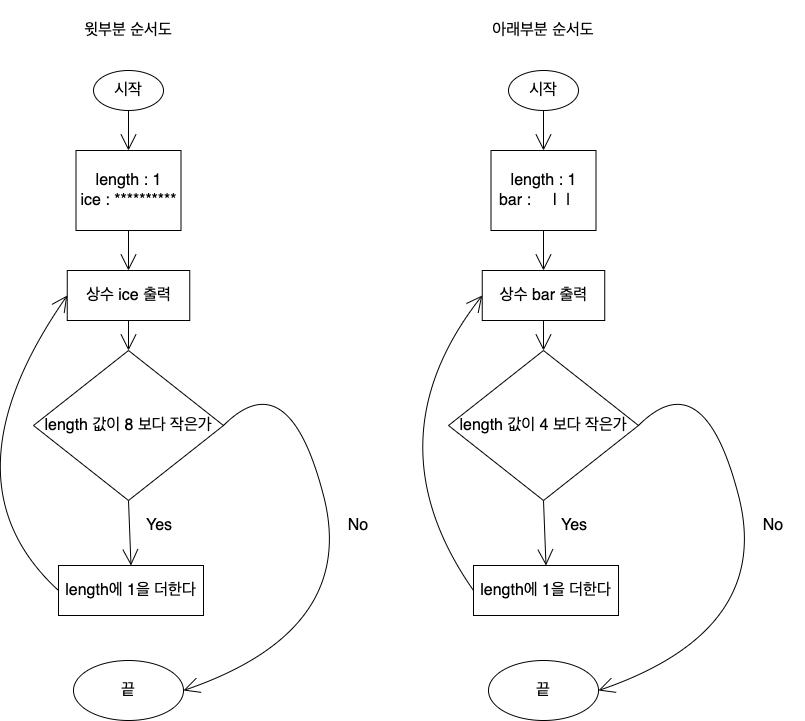
The draw.io diagram CodeStarterCamp_Week1/Step2_순서도.png in yagom-academy/swift-starter-Round1, before a commit. Source tidied: cells renumbered, new cells last; positions are measured from the earlier drawing's top-left corner, leaving out a move shared by most shapes. Its diagram source:
```xml
<mxGraphModel>
  <root>
    <mxCell id="0" />
    <mxCell id="1" parent="0" />
    <mxCell id="2" style="edgeStyle=none;curved=1;rounded=0;jettySize=auto;html=1;exitX=0.5;exitY=1;exitDx=0;exitDy=0;entryX=0.5;entryY=0;entryDx=0;entryDy=0;fontSize=12;endArrow=open;startSize=14;endSize=14;sourcePerimeterSpacing=8;targetPerimeterSpacing=8;" parent="1" edge="1" source="3" target="5">
      <mxGeometry relative="1" as="geometry" />
    </mxCell>
    <mxCell id="3" value="시작" style="ellipse;whiteSpace=wrap;html=1;fontSize=16;" parent="1" vertex="1">
      <mxGeometry x="155" y="70" width="70" height="40" as="geometry" />
    </mxCell>
    <mxCell id="4" style="edgeStyle=none;curved=1;rounded=0;jettySize=auto;html=1;exitX=0.5;exitY=1;exitDx=0;exitDy=0;entryX=0.5;entryY=0;entryDx=0;entryDy=0;fontSize=12;endArrow=open;startSize=14;endSize=14;sourcePerimeterSpacing=8;targetPerimeterSpacing=8;" parent="1" edge="1" source="5" target="7">
      <mxGeometry relative="1" as="geometry" />
    </mxCell>
    <mxCell id="5" value="length : 1&lt;br&gt;ice : **********" style="rounded=0;whiteSpace=wrap;html=1;fontSize=16;" parent="1" vertex="1">
      <mxGeometry x="137.5" y="150" width="105" height="80" as="geometry" />
    </mxCell>
    <mxCell id="6" style="edgeStyle=none;curved=1;rounded=0;jettySize=auto;html=1;exitX=0.5;exitY=1;exitDx=0;exitDy=0;entryX=0.5;entryY=0;entryDx=0;entryDy=0;fontSize=12;endArrow=open;startSize=14;endSize=14;sourcePerimeterSpacing=8;targetPerimeterSpacing=8;" parent="1" edge="1" source="7" target="9">
      <mxGeometry relative="1" as="geometry" />
    </mxCell>
    <mxCell id="7" value="상수 ice 출력" style="rounded=0;whiteSpace=wrap;html=1;fontSize=16;" parent="1" vertex="1">
      <mxGeometry x="128.8" y="270" width="122.5" height="50" as="geometry" />
    </mxCell>
    <mxCell id="8" style="edgeStyle=none;curved=1;rounded=0;jettySize=auto;html=1;exitX=0.5;exitY=1;exitDx=0;exitDy=0;entryX=0.5;entryY=0;entryDx=0;entryDy=0;fontSize=12;endArrow=open;startSize=14;endSize=14;sourcePerimeterSpacing=8;targetPerimeterSpacing=8;" parent="1" edge="1" source="9" target="11">
      <mxGeometry relative="1" as="geometry" />
    </mxCell>
    <mxCell id="9" value="length 값이 8 보다 작은가" style="rhombus;whiteSpace=wrap;html=1;fontSize=16;" parent="1" vertex="1">
      <mxGeometry x="95" y="350" width="190" height="150" as="geometry" />
    </mxCell>
    <mxCell id="10" style="edgeStyle=none;curved=1;rounded=0;jettySize=auto;html=1;exitX=0;exitY=0.5;exitDx=0;exitDy=0;entryX=0;entryY=0.5;entryDx=0;entryDy=0;fontSize=12;endArrow=open;startSize=14;endSize=14;sourcePerimeterSpacing=8;targetPerimeterSpacing=8;" parent="1" edge="1" source="11" target="7">
      <mxGeometry relative="1" as="geometry">
        <Array as="points">
          <mxPoint y="480" />
        </Array>
      </mxGeometry>
    </mxCell>
    <mxCell id="11" value="length에 1을 더한다" style="rounded=0;whiteSpace=wrap;html=1;fontSize=16;" parent="1" vertex="1">
      <mxGeometry x="120" y="565" width="145" height="50" as="geometry" />
    </mxCell>
    <mxCell id="12" value="Yes" style="text;strokeColor=none;fillColor=none;html=1;align=center;verticalAlign=middle;whiteSpace=wrap;rounded=0;fontSize=16;" parent="1" vertex="1">
      <mxGeometry x="191.2" y="510" width="60" height="30" as="geometry" />
    </mxCell>
    <mxCell id="13" style="edgeStyle=none;jettySize=auto;html=1;rounded=0;fontSize=12;endArrow=open;startSize=14;endSize=14;sourcePerimeterSpacing=8;targetPerimeterSpacing=8;curved=1;exitX=1;exitY=0.5;exitDx=0;exitDy=0;entryX=1;entryY=0.5;entryDx=0;entryDy=0;" parent="1" edge="1" source="9" target="14">
      <mxGeometry relative="1" as="geometry">
        <Array as="points">
          <mxPoint x="350" y="360" />
          <mxPoint x="420" y="630" />
        </Array>
      </mxGeometry>
    </mxCell>
    <mxCell id="14" value="끝" style="ellipse;whiteSpace=wrap;html=1;fontSize=16;" parent="1" vertex="1">
      <mxGeometry x="135" y="660" width="110" height="60" as="geometry" />
    </mxCell>
    <mxCell id="15" value="No" style="text;strokeColor=none;fillColor=none;html=1;align=center;verticalAlign=middle;whiteSpace=wrap;rounded=0;fontSize=16;" parent="1" vertex="1">
      <mxGeometry x="390" y="510" width="60" height="30" as="geometry" />
    </mxCell>
    <mxCell id="16" style="edgeStyle=none;curved=1;rounded=0;jettySize=auto;html=1;exitX=0.5;exitY=1;exitDx=0;exitDy=0;entryX=0.5;entryY=0;entryDx=0;entryDy=0;fontSize=12;endArrow=open;startSize=14;endSize=14;sourcePerimeterSpacing=8;targetPerimeterSpacing=8;" parent="1" edge="1" source="17" target="19">
      <mxGeometry relative="1" as="geometry" />
    </mxCell>
    <mxCell id="17" value="시작" style="ellipse;whiteSpace=wrap;html=1;fontSize=16;" parent="1" vertex="1">
      <mxGeometry x="570" y="70" width="70" height="40" as="geometry" />
    </mxCell>
    <mxCell id="18" style="edgeStyle=none;curved=1;rounded=0;jettySize=auto;html=1;exitX=0.5;exitY=1;exitDx=0;exitDy=0;entryX=0.5;entryY=0;entryDx=0;entryDy=0;fontSize=12;endArrow=open;startSize=14;endSize=14;sourcePerimeterSpacing=8;targetPerimeterSpacing=8;" parent="1" edge="1" source="19" target="21">
      <mxGeometry relative="1" as="geometry" />
    </mxCell>
    <mxCell id="19" value="length : 1&lt;br&gt;bar :&amp;nbsp; &amp;nbsp; &amp;nbsp;|&amp;nbsp; |&amp;nbsp; &amp;nbsp;&amp;nbsp;" style="rounded=0;whiteSpace=wrap;html=1;fontSize=16;" parent="1" vertex="1">
      <mxGeometry x="552.5" y="150" width="105" height="80" as="geometry" />
    </mxCell>
    <mxCell id="20" style="edgeStyle=none;curved=1;rounded=0;jettySize=auto;html=1;exitX=0.5;exitY=1;exitDx=0;exitDy=0;entryX=0.5;entryY=0;entryDx=0;entryDy=0;fontSize=12;endArrow=open;startSize=14;endSize=14;sourcePerimeterSpacing=8;targetPerimeterSpacing=8;" parent="1" edge="1" source="21" target="23">
      <mxGeometry relative="1" as="geometry" />
    </mxCell>
    <mxCell id="21" value="상수 bar 출력" style="rounded=0;whiteSpace=wrap;html=1;fontSize=16;" parent="1" vertex="1">
      <mxGeometry x="543.8" y="270" width="122.5" height="50" as="geometry" />
    </mxCell>
    <mxCell id="22" style="edgeStyle=none;curved=1;rounded=0;jettySize=auto;html=1;exitX=0.5;exitY=1;exitDx=0;exitDy=0;entryX=0.5;entryY=0;entryDx=0;entryDy=0;fontSize=12;endArrow=open;startSize=14;endSize=14;sourcePerimeterSpacing=8;targetPerimeterSpacing=8;" parent="1" edge="1" source="23" target="25">
      <mxGeometry relative="1" as="geometry" />
    </mxCell>
    <mxCell id="23" value="length 값이 4 보다 작은가" style="rhombus;whiteSpace=wrap;html=1;fontSize=16;" parent="1" vertex="1">
      <mxGeometry x="510" y="350" width="190" height="150" as="geometry" />
    </mxCell>
    <mxCell id="24" style="edgeStyle=none;curved=1;rounded=0;jettySize=auto;html=1;exitX=0;exitY=0.5;exitDx=0;exitDy=0;entryX=0;entryY=0.5;entryDx=0;entryDy=0;fontSize=12;endArrow=open;startSize=14;endSize=14;sourcePerimeterSpacing=8;targetPerimeterSpacing=8;" parent="1" edge="1" source="25" target="21">
      <mxGeometry relative="1" as="geometry">
        <Array as="points">
          <mxPoint x="430" y="440" />
        </Array>
      </mxGeometry>
    </mxCell>
    <mxCell id="25" value="length에 1을 더한다" style="rounded=0;whiteSpace=wrap;html=1;fontSize=16;" parent="1" vertex="1">
      <mxGeometry x="535" y="565" width="145" height="50" as="geometry" />
    </mxCell>
    <mxCell id="26" value="Yes" style="text;strokeColor=none;fillColor=none;html=1;align=center;verticalAlign=middle;whiteSpace=wrap;rounded=0;fontSize=16;" parent="1" vertex="1">
      <mxGeometry x="606.2" y="510" width="60" height="30" as="geometry" />
    </mxCell>
    <mxCell id="27" style="edgeStyle=none;jettySize=auto;html=1;rounded=0;fontSize=12;endArrow=open;startSize=14;endSize=14;sourcePerimeterSpacing=8;targetPerimeterSpacing=8;curved=1;exitX=1;exitY=0.5;exitDx=0;exitDy=0;entryX=1;entryY=0.5;entryDx=0;entryDy=0;" parent="1" edge="1" source="23" target="28">
      <mxGeometry relative="1" as="geometry">
        <Array as="points">
          <mxPoint x="765" y="360" />
          <mxPoint x="835" y="630" />
        </Array>
      </mxGeometry>
    </mxCell>
    <mxCell id="28" value="끝" style="ellipse;whiteSpace=wrap;html=1;fontSize=16;" parent="1" vertex="1">
      <mxGeometry x="550" y="660" width="110" height="60" as="geometry" />
    </mxCell>
    <mxCell id="29" value="No" style="text;strokeColor=none;fillColor=none;html=1;align=center;verticalAlign=middle;whiteSpace=wrap;rounded=0;fontSize=16;" parent="1" vertex="1">
      <mxGeometry x="805" y="510" width="60" height="30" as="geometry" />
    </mxCell>
    <mxCell id="30" value="윗부분 순서도" style="text;strokeColor=none;fillColor=none;html=1;align=center;verticalAlign=middle;whiteSpace=wrap;rounded=0;fontSize=16;" parent="1" vertex="1">
      <mxGeometry x="120" width="140" height="60" as="geometry" />
    </mxCell>
    <mxCell id="31" value="아래부분 순서도" style="text;strokeColor=none;fillColor=none;html=1;align=center;verticalAlign=middle;whiteSpace=wrap;rounded=0;fontSize=16;" parent="1" vertex="1">
      <mxGeometry x="535" width="140" height="60" as="geometry" />
    </mxCell>
  </root>
</mxGraphModel>
```
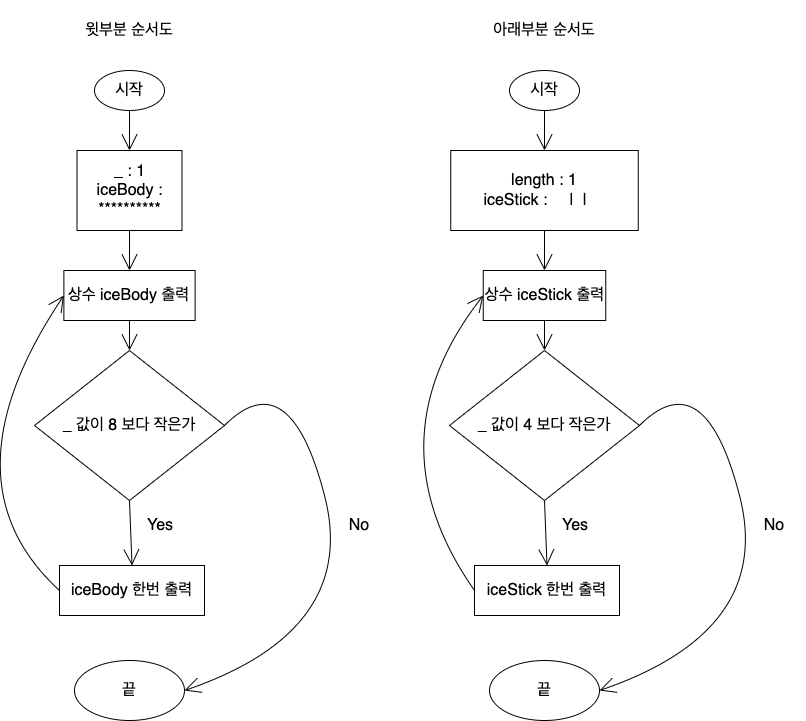
The same file after the commit.

What changed in the source:
```diff
@@ -11,19 +11,19 @@
     <mxCell id="4" style="edgeStyle=none;curved=1;rounded=0;jettySize=auto;html=1;exitX=0.5;exitY=1;exitDx=0;exitDy=0;entryX=0.5;entryY=0;entryDx=0;entryDy=0;fontSize=12;endArrow=open;startSize=14;endSize=14;sourcePerimeterSpacing=8;targetPerimeterSpacing=8;" parent="1" edge="1" source="5" target="7">
       <mxGeometry relative="1" as="geometry" />
     </mxCell>
-    <mxCell id="5" value="length : 1&lt;br&gt;ice : **********" style="rounded=0;whiteSpace=wrap;html=1;fontSize=16;" parent="1" vertex="1">
+    <mxCell id="5" value="_ : 1&lt;br&gt;iceBody : **********" style="rounded=0;whiteSpace=wrap;html=1;fontSize=16;" parent="1" vertex="1">
       <mxGeometry x="137.5" y="150" width="105" height="80" as="geometry" />
     </mxCell>
     <mxCell id="6" style="edgeStyle=none;curved=1;rounded=0;jettySize=auto;html=1;exitX=0.5;exitY=1;exitDx=0;exitDy=0;entryX=0.5;entryY=0;entryDx=0;entryDy=0;fontSize=12;endArrow=open;startSize=14;endSize=14;sourcePerimeterSpacing=8;targetPerimeterSpacing=8;" parent="1" edge="1" source="7" target="9">
       <mxGeometry relative="1" as="geometry" />
     </mxCell>
-    <mxCell id="7" value="상수 ice 출력" style="rounded=0;whiteSpace=wrap;html=1;fontSize=16;" parent="1" vertex="1">
-      <mxGeometry x="128.8" y="270" width="122.5" height="50" as="geometry" />
+    <mxCell id="7" value="상수 iceBody 출력" style="rounded=0;whiteSpace=wrap;html=1;fontSize=16;" parent="1" vertex="1">
+      <mxGeometry x="124.4" y="270" width="131.2" height="50" as="geometry" />
     </mxCell>
     <mxCell id="8" style="edgeStyle=none;curved=1;rounded=0;jettySize=auto;html=1;exitX=0.5;exitY=1;exitDx=0;exitDy=0;entryX=0.5;entryY=0;entryDx=0;entryDy=0;fontSize=12;endArrow=open;startSize=14;endSize=14;sourcePerimeterSpacing=8;targetPerimeterSpacing=8;" parent="1" edge="1" source="9" target="11">
       <mxGeometry relative="1" as="geometry" />
     </mxCell>
-    <mxCell id="9" value="length 값이 8 보다 작은가" style="rhombus;whiteSpace=wrap;html=1;fontSize=16;" parent="1" vertex="1">
+    <mxCell id="9" value="_ 값이 8 보다 작은가" style="rhombus;whiteSpace=wrap;html=1;fontSize=16;" parent="1" vertex="1">
       <mxGeometry x="95" y="350" width="190" height="150" as="geometry" />
     </mxCell>
     <mxCell id="10" style="edgeStyle=none;curved=1;rounded=0;jettySize=auto;html=1;exitX=0;exitY=0.5;exitDx=0;exitDy=0;entryX=0;entryY=0.5;entryDx=0;entryDy=0;fontSize=12;endArrow=open;startSize=14;endSize=14;sourcePerimeterSpacing=8;targetPerimeterSpacing=8;" parent="1" edge="1" source="11" target="7">
@@ -33,7 +33,7 @@
         </Array>
       </mxGeometry>
     </mxCell>
-    <mxCell id="11" value="length에 1을 더한다" style="rounded=0;whiteSpace=wrap;html=1;fontSize=16;" parent="1" vertex="1">
+    <mxCell id="11" value="iceBody 한번 출력" style="rounded=0;whiteSpace=wrap;html=1;fontSize=16;" parent="1" vertex="1">
       <mxGeometry x="120" y="565" width="145" height="50" as="geometry" />
     </mxCell>
     <mxCell id="12" value="Yes" style="text;strokeColor=none;fillColor=none;html=1;align=center;verticalAlign=middle;whiteSpace=wrap;rounded=0;fontSize=16;" parent="1" vertex="1">
@@ -62,19 +62,19 @@
     <mxCell id="18" style="edgeStyle=none;curved=1;rounded=0;jettySize=auto;html=1;exitX=0.5;exitY=1;exitDx=0;exitDy=0;entryX=0.5;entryY=0;entryDx=0;entryDy=0;fontSize=12;endArrow=open;startSize=14;endSize=14;sourcePerimeterSpacing=8;targetPerimeterSpacing=8;" parent="1" edge="1" source="19" target="21">
       <mxGeometry relative="1" as="geometry" />
     </mxCell>
-    <mxCell id="19" value="length : 1&lt;br&gt;bar :&amp;nbsp; &amp;nbsp; &amp;nbsp;|&amp;nbsp; |&amp;nbsp; &amp;nbsp;&amp;nbsp;" style="rounded=0;whiteSpace=wrap;html=1;fontSize=16;" parent="1" vertex="1">
-      <mxGeometry x="552.5" y="150" width="105" height="80" as="geometry" />
+    <mxCell id="19" value="length : 1&lt;br&gt;iceStick :&amp;nbsp; &amp;nbsp; &amp;nbsp;|&amp;nbsp; |&amp;nbsp; &amp;nbsp;&amp;nbsp;" style="rounded=0;whiteSpace=wrap;html=1;fontSize=16;" parent="1" vertex="1">
+      <mxGeometry x="511.2" y="150" width="187.5" height="80" as="geometry" />
     </mxCell>
     <mxCell id="20" style="edgeStyle=none;curved=1;rounded=0;jettySize=auto;html=1;exitX=0.5;exitY=1;exitDx=0;exitDy=0;entryX=0.5;entryY=0;entryDx=0;entryDy=0;fontSize=12;endArrow=open;startSize=14;endSize=14;sourcePerimeterSpacing=8;targetPerimeterSpacing=8;" parent="1" edge="1" source="21" target="23">
       <mxGeometry relative="1" as="geometry" />
     </mxCell>
-    <mxCell id="21" value="상수 bar 출력" style="rounded=0;whiteSpace=wrap;html=1;fontSize=16;" parent="1" vertex="1">
+    <mxCell id="21" value="상수 iceStick 출력" style="rounded=0;whiteSpace=wrap;html=1;fontSize=16;" parent="1" vertex="1">
       <mxGeometry x="543.8" y="270" width="122.5" height="50" as="geometry" />
     </mxCell>
     <mxCell id="22" style="edgeStyle=none;curved=1;rounded=0;jettySize=auto;html=1;exitX=0.5;exitY=1;exitDx=0;exitDy=0;entryX=0.5;entryY=0;entryDx=0;entryDy=0;fontSize=12;endArrow=open;startSize=14;endSize=14;sourcePerimeterSpacing=8;targetPerimeterSpacing=8;" parent="1" edge="1" source="23" target="25">
       <mxGeometry relative="1" as="geometry" />
     </mxCell>
-    <mxCell id="23" value="length 값이 4 보다 작은가" style="rhombus;whiteSpace=wrap;html=1;fontSize=16;" parent="1" vertex="1">
+    <mxCell id="23" value="_ 값이 4 보다 작은가" style="rhombus;whiteSpace=wrap;html=1;fontSize=16;" parent="1" vertex="1">
       <mxGeometry x="510" y="350" width="190" height="150" as="geometry" />
     </mxCell>
     <mxCell id="24" style="edgeStyle=none;curved=1;rounded=0;jettySize=auto;html=1;exitX=0;exitY=0.5;exitDx=0;exitDy=0;entryX=0;entryY=0.5;entryDx=0;entryDy=0;fontSize=12;endArrow=open;startSize=14;endSize=14;sourcePerimeterSpacing=8;targetPerimeterSpacing=8;" parent="1" edge="1" source="25" target="21">
@@ -84,7 +84,7 @@
         </Array>
       </mxGeometry>
     </mxCell>
-    <mxCell id="25" value="length에 1을 더한다" style="rounded=0;whiteSpace=wrap;html=1;fontSize=16;" parent="1" vertex="1">
+    <mxCell id="25" value="iceStick 한번 출력" style="rounded=0;whiteSpace=wrap;html=1;fontSize=16;" parent="1" vertex="1">
       <mxGeometry x="535" y="565" width="145" height="50" as="geometry" />
     </mxCell>
     <mxCell id="26" value="Yes" style="text;strokeColor=none;fillColor=none;html=1;align=center;verticalAlign=middle;whiteSpace=wrap;rounded=0;fontSize=16;" parent="1" vertex="1">
```
